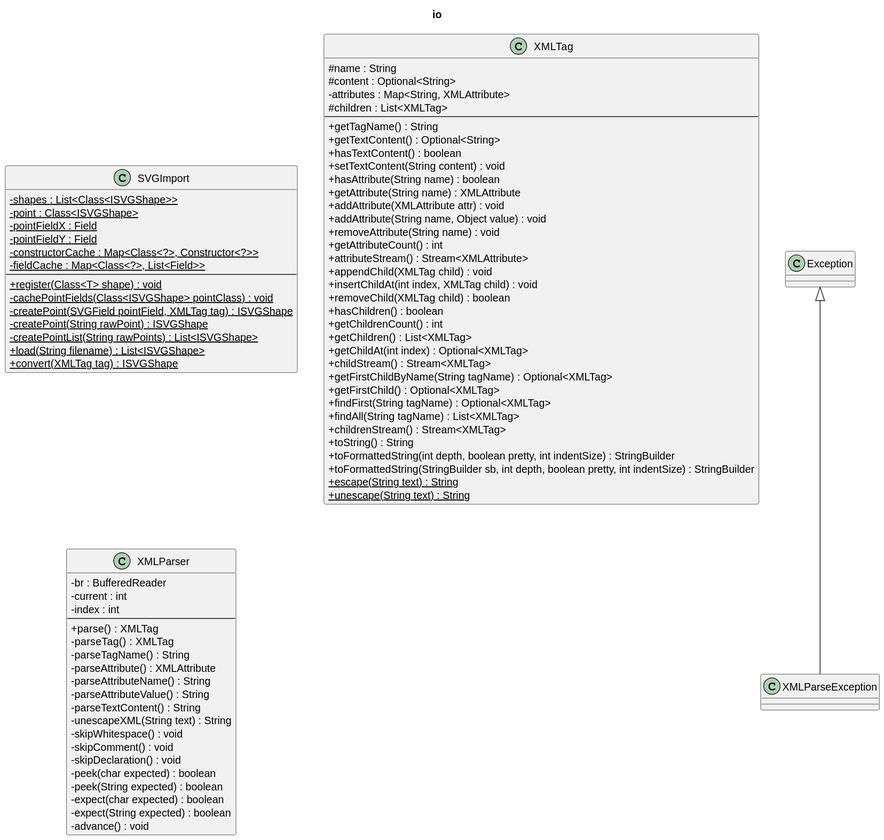
Above: uml/io.svg in Keylem/Pangol1 (PlantUML), before the change. Source of this version:
```plantuml
@startuml
title io

skinparam classAttributeIconSize 0

class SVGImport {
  - {static} shapes : List<Class<ISVGShape>>
  - {static} point : Class<ISVGShape>
  - {static} pointFieldX : Field
  - {static} pointFieldY : Field
  - {static} constructorCache : Map<Class<?>, Constructor<?>>
  - {static} fieldCache : Map<Class<?>, List<Field>>
  --
  + {static} register(Class<T> shape) : void
  - {static} cachePointFields(Class<ISVGShape> pointClass) : void
  - {static} createPoint(SVGField pointField, XMLTag tag) : ISVGShape
  - {static} createPoint(String rawPoint) : ISVGShape
  - {static} createPointList(String rawPoints) : List<ISVGShape>
  + {static} load(String filename) : List<ISVGShape>
  + {static} convert(XMLTag tag) : ISVGShape
}

class XMLTag {
  # name : String
  # content : Optional<String>
  - attributes : Map<String, XMLAttribute>
  # children : List<XMLTag>
  --
  + getTagName() : String
  + getTextContent() : Optional<String>
  + hasTextContent() : boolean
  + setTextContent(String content) : void
  + hasAttribute(String name) : boolean
  + getAttribute(String name) : XMLAttribute
  + addAttribute(XMLAttribute attr) : void
  + addAttribute(String name, Object value) : void
  + removeAttribute(String name) : void
  + getAttributeCount() : int
  + attributeStream() : Stream<XMLAttribute>
  + appendChild(XMLTag child) : void
  + insertChildAt(int index, XMLTag child) : void
  + removeChild(XMLTag child) : boolean
  + hasChildren() : boolean
  + getChildrenCount() : int
  + getChildren() : List<XMLTag>
  + getChildAt(int index) : Optional<XMLTag>
  + childStream() : Stream<XMLTag>
  + getFirstChildByName(String tagName) : Optional<XMLTag>
  + getFirstChild() : Optional<XMLTag>
  + findFirst(String tagName) : Optional<XMLTag>
  + findAll(String tagName) : List<XMLTag>
  + childrenStream() : Stream<XMLTag>
  + toString() : String
  + toFormattedString(int depth, boolean pretty, int indentSize) : StringBuilder
  + toFormattedString(StringBuilder sb, int depth, boolean pretty, int indentSize) : StringBuilder
  + {static} escape(String text) : String
  + {static} unescape(String text) : String
}

class XMLParseException {
}

class XMLParser {
  - br : BufferedReader
  - current : int
  - index : int
  --
  + parse() : XMLTag
  - parseTag() : XMLTag
  - parseTagName() : String
  - parseAttribute() : XMLAttribute
  - parseAttributeName() : String
  - parseAttributeValue() : String
  - parseTextContent() : String
  - unescapeXML(String text) : String
  - skipWhitespace() : void
  - skipComment() : void
  - skipDeclaration() : void
  - peek(char expected) : boolean
  - peek(String expected) : boolean
  - expect(char expected) : boolean
  - expect(String expected) : boolean
  - advance() : void
}

Exception <|-- XMLParseException
@enduml
```
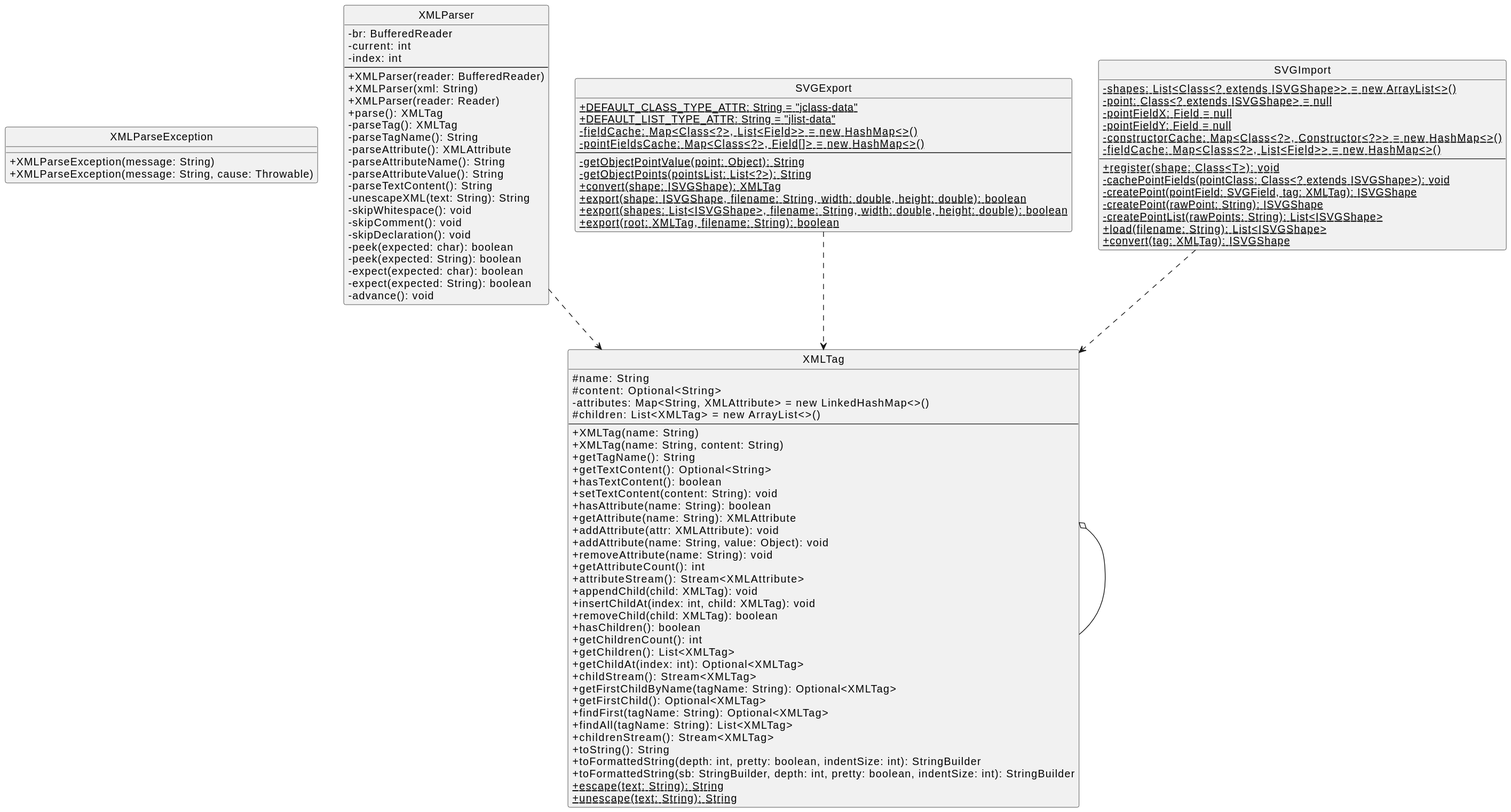
After the commit.

Change to the diagram source:
```diff
@@ -1,87 +1,110 @@
 @startuml
-title io
+skinparam classAttributeIconSize 0
+hide circle
 
-skinparam classAttributeIconSize 0
+class XMLParseException {
+  +XMLParseException(message: String)
+  +XMLParseException(message: String, cause: Throwable)
+}
 
-class SVGImport {
-  - {static} shapes : List<Class<ISVGShape>>
-  - {static} point : Class<ISVGShape>
-  - {static} pointFieldX : Field
-  - {static} pointFieldY : Field
-  - {static} constructorCache : Map<Class<?>, Constructor<?>>
-  - {static} fieldCache : Map<Class<?>, List<Field>>
+class XMLParser {
+  -br: BufferedReader
+  -current: int
+  -index: int
   --
-  + {static} register(Class<T> shape) : void
-  - {static} cachePointFields(Class<ISVGShape> pointClass) : void
-  - {static} createPoint(SVGField pointField, XMLTag tag) : ISVGShape
-  - {static} createPoint(String rawPoint) : ISVGShape
-  - {static} createPointList(String rawPoints) : List<ISVGShape>
-  + {static} load(String filename) : List<ISVGShape>
-  + {static} convert(XMLTag tag) : ISVGShape
+  +XMLParser(reader: BufferedReader)
+  +XMLParser(xml: String)
+  +XMLParser(reader: Reader)
+  +parse(): XMLTag
+  -parseTag(): XMLTag
+  -parseTagName(): String
+  -parseAttribute(): XMLAttribute
+  -parseAttributeName(): String
+  -parseAttributeValue(): String
+  -parseTextContent(): String
+  -unescapeXML(text: String): String
+  -skipWhitespace(): void
+  -skipComment(): void
+  -skipDeclaration(): void
+  -peek(expected: char): boolean
+  -peek(expected: String): boolean
+  -expect(expected: char): boolean
+  -expect(expected: String): boolean
+  -advance(): void
 }
 
 class XMLTag {
-  # name : String
-  # content : Optional<String>
-  - attributes : Map<String, XMLAttribute>
-  # children : List<XMLTag>
+  #name: String
+  #content: Optional<String>
+  -attributes: Map<String, XMLAttribute> = new LinkedHashMap<>()
+  #children: List<XMLTag> = new ArrayList<>()
   --
-  + getTagName() : String
-  + getTextContent() : Optional<String>
-  + hasTextContent() : boolean
-  + setTextContent(String content) : void
-  + hasAttribute(String name) : boolean
-  + getAttribute(String name) : XMLAttribute
-  + addAttribute(XMLAttribute attr) : void
-  + addAttribute(String name, Object value) : void
-  + removeAttribute(String name) : void
-  + getAttributeCount() : int
-  + attributeStream() : Stream<XMLAttribute>
-  + appendChild(XMLTag child) : void
-  + insertChildAt(int index, XMLTag child) : void
-  + removeChild(XMLTag child) : boolean
-  + hasChildren() : boolean
-  + getChildrenCount() : int
-  + getChildren() : List<XMLTag>
-  + getChildAt(int index) : Optional<XMLTag>
-  + childStream() : Stream<XMLTag>
-  + getFirstChildByName(String tagName) : Optional<XMLTag>
-  + getFirstChild() : Optional<XMLTag>
-  + findFirst(String tagName) : Optional<XMLTag>
-  + findAll(String tagName) : List<XMLTag>
-  + childrenStream() : Stream<XMLTag>
-  + toString() : String
-  + toFormattedString(int depth, boolean pretty, int indentSize) : StringBuilder
-  + toFormattedString(StringBuilder sb, int depth, boolean pretty, int indentSize) : StringBuilder
-  + {static} escape(String text) : String
-  + {static} unescape(String text) : String
+  +XMLTag(name: String)
+  +XMLTag(name: String, content: String)
+  +getTagName(): String
+  +getTextContent(): Optional<String>
+  +hasTextContent(): boolean
+  +setTextContent(content: String): void
+  +hasAttribute(name: String): boolean
+  +getAttribute(name: String): XMLAttribute
+  +addAttribute(attr: XMLAttribute): void
+  +addAttribute(name: String, value: Object): void
+  +removeAttribute(name: String): void
+  +getAttributeCount(): int
+  +attributeStream(): Stream<XMLAttribute>
+  +appendChild(child: XMLTag): void
+  +insertChildAt(index: int, child: XMLTag): void
+  +removeChild(child: XMLTag): boolean
+  +hasChildren(): boolean
+  +getChildrenCount(): int
+  +getChildren(): List<XMLTag>
+  +getChildAt(index: int): Optional<XMLTag>
+  +childStream(): Stream<XMLTag>
+  +getFirstChildByName(tagName: String): Optional<XMLTag>
+  +getFirstChild(): Optional<XMLTag>
+  +findFirst(tagName: String): Optional<XMLTag>
+  +findAll(tagName: String): List<XMLTag>
+  +childrenStream(): Stream<XMLTag>
+  +toString(): String
+  +toFormattedString(depth: int, pretty: boolean, indentSize: int): StringBuilder
+  +toFormattedString(sb: StringBuilder, depth: int, pretty: boolean, indentSize: int): StringBuilder
+  +{static} escape(text: String): String
+  +{static} unescape(text: String): String
 }
 
-class XMLParseException {
+class SVGExport {
+  +{static} DEFAULT_CLASS_TYPE_ATTR: String = "jclass-data"
+  +{static} DEFAULT_LIST_TYPE_ATTR: String = "jlist-data"
+  -{static} fieldCache: Map<Class<?>, List<Field>> = new HashMap<>()
+  -{static} pointFieldsCache: Map<Class<?>, Field[]> = new HashMap<>()
+  --
+  -{static} getObjectPointValue(point: Object): String
+  -{static} getObjectPoints(pointsList: List<?>): String
+  +{static} convert(shape: ISVGShape): XMLTag
+  +{static} export(shape: ISVGShape, filename: String, width: double, height: double): boolean
+  +{static} export(shapes: List<ISVGShape>, filename: String, width: double, height: double): boolean
+  +{static} export(root: XMLTag, filename: String): boolean
 }
 
-class XMLParser {
-  - br : BufferedReader
-  - current : int
-  - index : int
+class SVGImport {
+  -{static} shapes: List<Class<? extends ISVGShape>> = new ArrayList<>()
+  -{static} point: Class<? extends ISVGShape> = null
+  -{static} pointFieldX: Field = null
+  -{static} pointFieldY: Field = null
+  -{static} constructorCache: Map<Class<?>, Constructor<?>> = new HashMap<>()
+  -{static} fieldCache: Map<Class<?>, List<Field>> = new HashMap<>()
   --
-  + parse() : XMLTag
-  - parseTag() : XMLTag
-  - parseTagName() : String
-  - parseAttribute() : XMLAttribute
-  - parseAttributeName() : String
-  - parseAttributeValue() : String
-  - parseTextContent() : String
-  - unescapeXML(String text) : String
-  - skipWhitespace() : void
-  - skipComment() : void
-  - skipDeclaration() : void
-  - peek(char expected) : boolean
-  - peek(String expected) : boolean
-  - expect(char expected) : boolean
-  - expect(String expected) : boolean
-  - advance() : void
+  +{static} register(shape: Class<T>): void
+  -{static} cachePointFields(pointClass: Class<? extends ISVGShape>): void
+  -{static} createPoint(pointField: SVGField, tag: XMLTag): ISVGShape
+  -{static} createPoint(rawPoint: String): ISVGShape
+  -{static} createPointList(rawPoints: String): List<ISVGShape>
+  +{static} load(filename: String): List<ISVGShape>
+  +{static} convert(tag: XMLTag): ISVGShape
 }
 
-Exception <|-- XMLParseException
+XMLParser ..> XMLTag
+XMLTag o-- XMLTag
+SVGExport ..> XMLTag
+SVGImport ..> XMLTag
 @enduml
```
